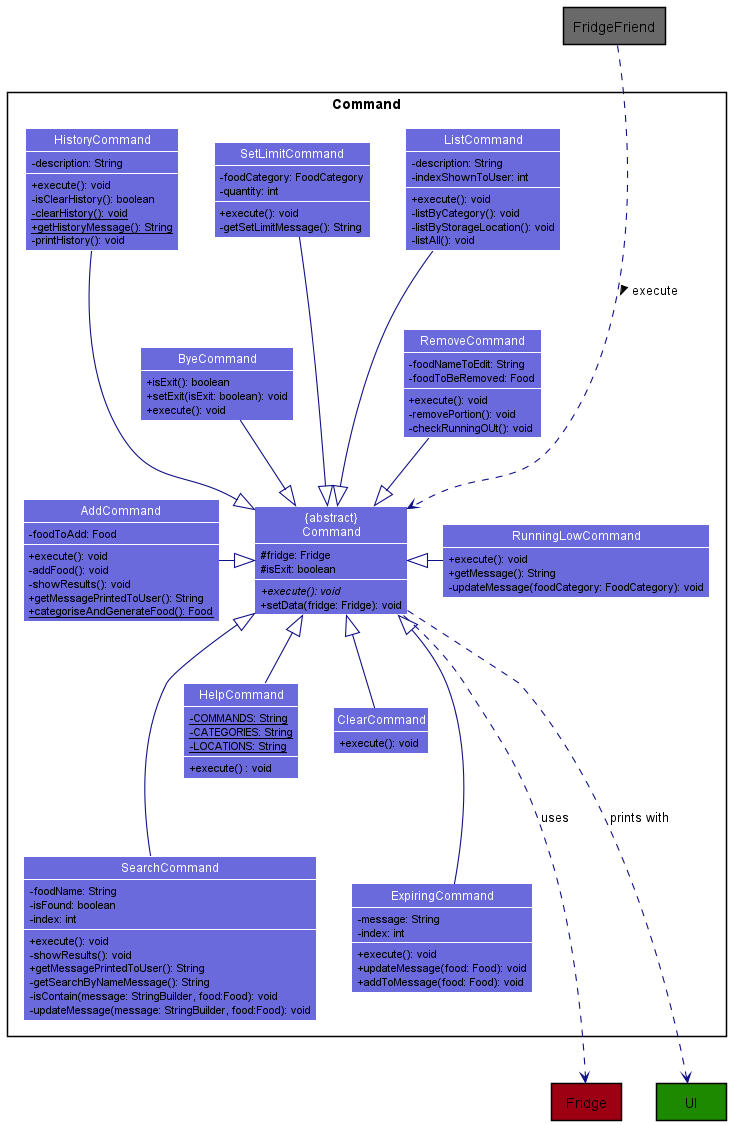
Before: docs/diagrams/diagram_images/CommandClassDiagram.png, a diagram exported from PlantUML (nus-cs2113-AY2021S2/tp).
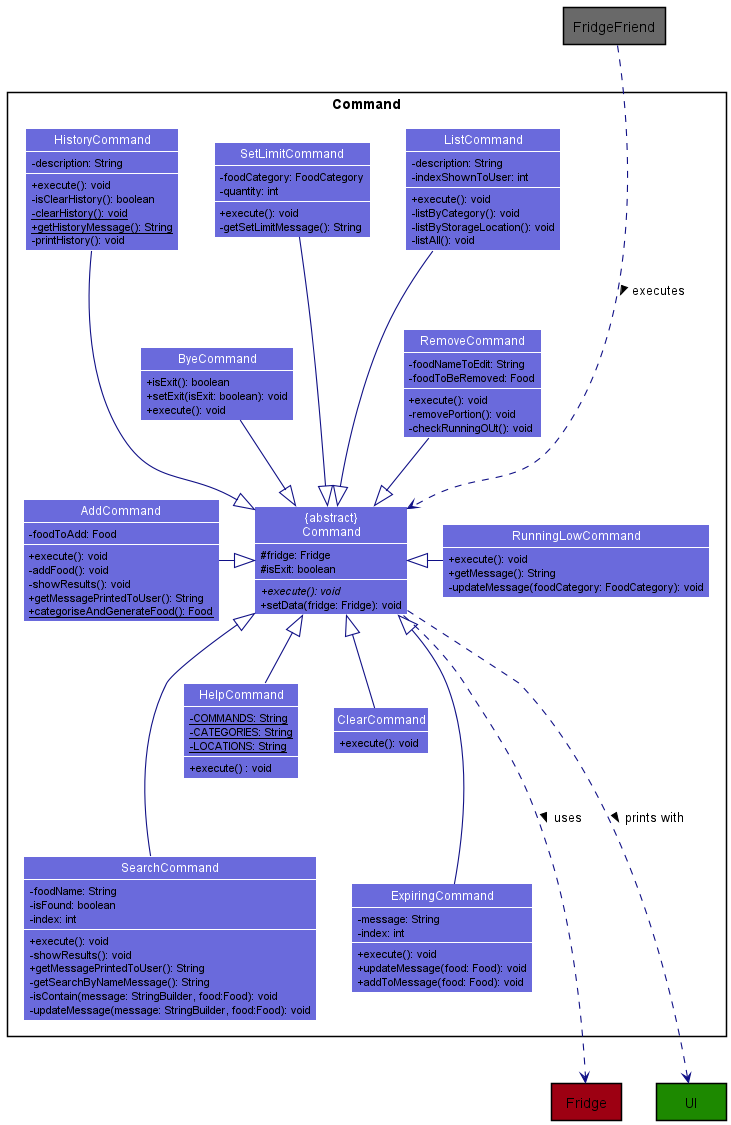
The same diagram one commit later.

The edit, as a diff of the source:
```diff
@@ -1,4 +1,4 @@
-@startuml
+@startuml CommandClassDiagram
 !include style.puml
 
 skinparam arrowThickness 1.1
@@ -123,9 +123,9 @@
   -printHistory(): void
 }
 
-Command ---.down> Fridge: uses
-Command ---.down> UI: prints with
-FridgeFriend ---.down> Command: execute >
+Command ---.down> Fridge: uses >
+Command ---.down> UI: prints with >
+FridgeFriend ---.down> Command: executes >
 AddCommand --right|> Command
 RemoveCommand --down|> Command
 ListCommand ---down|> Command
```
